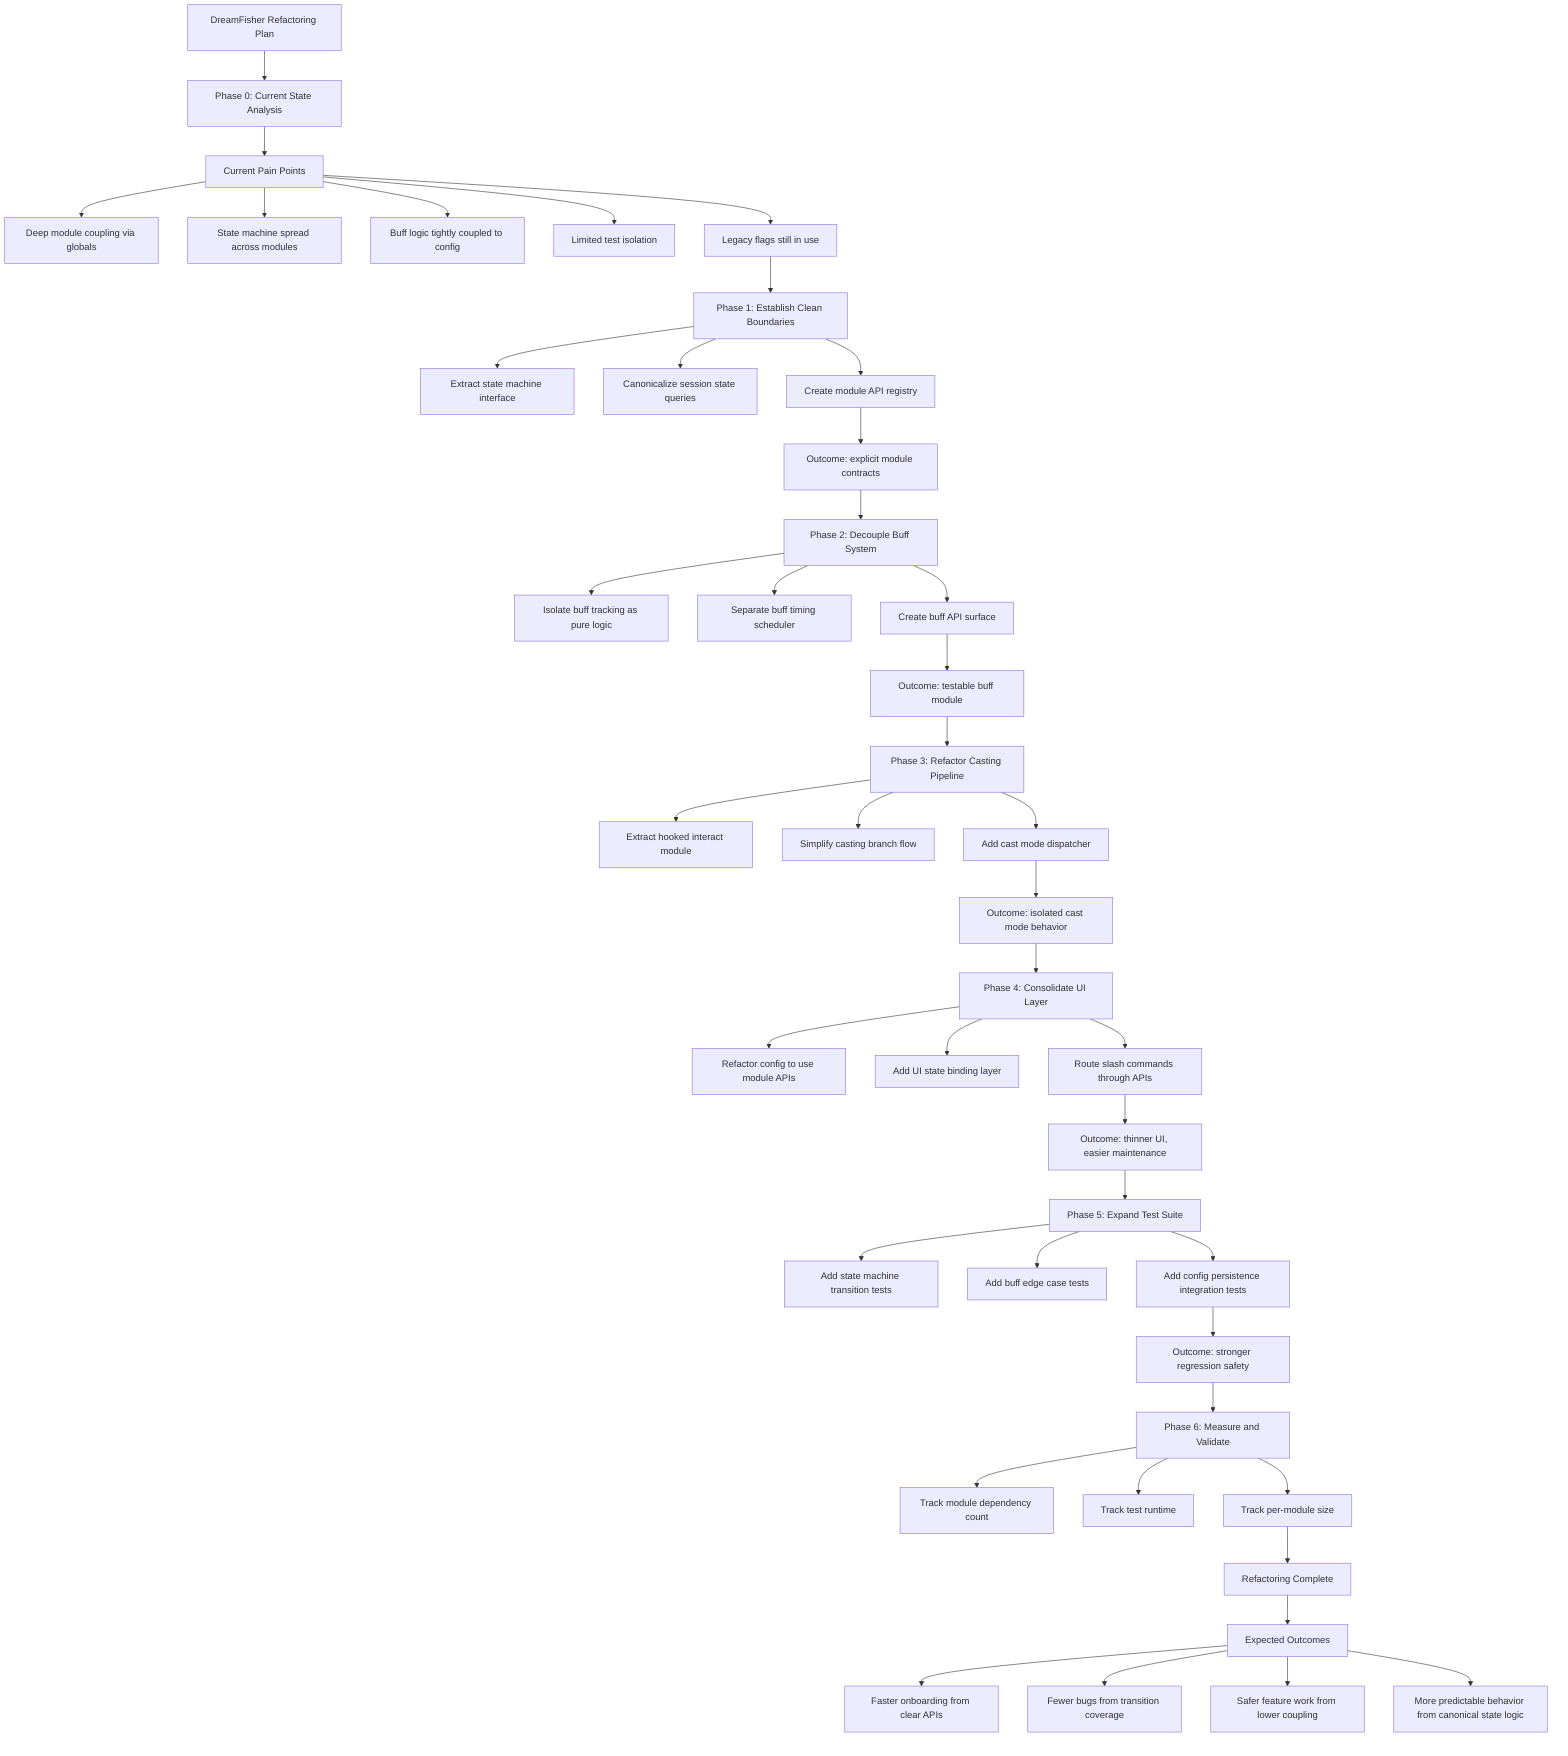
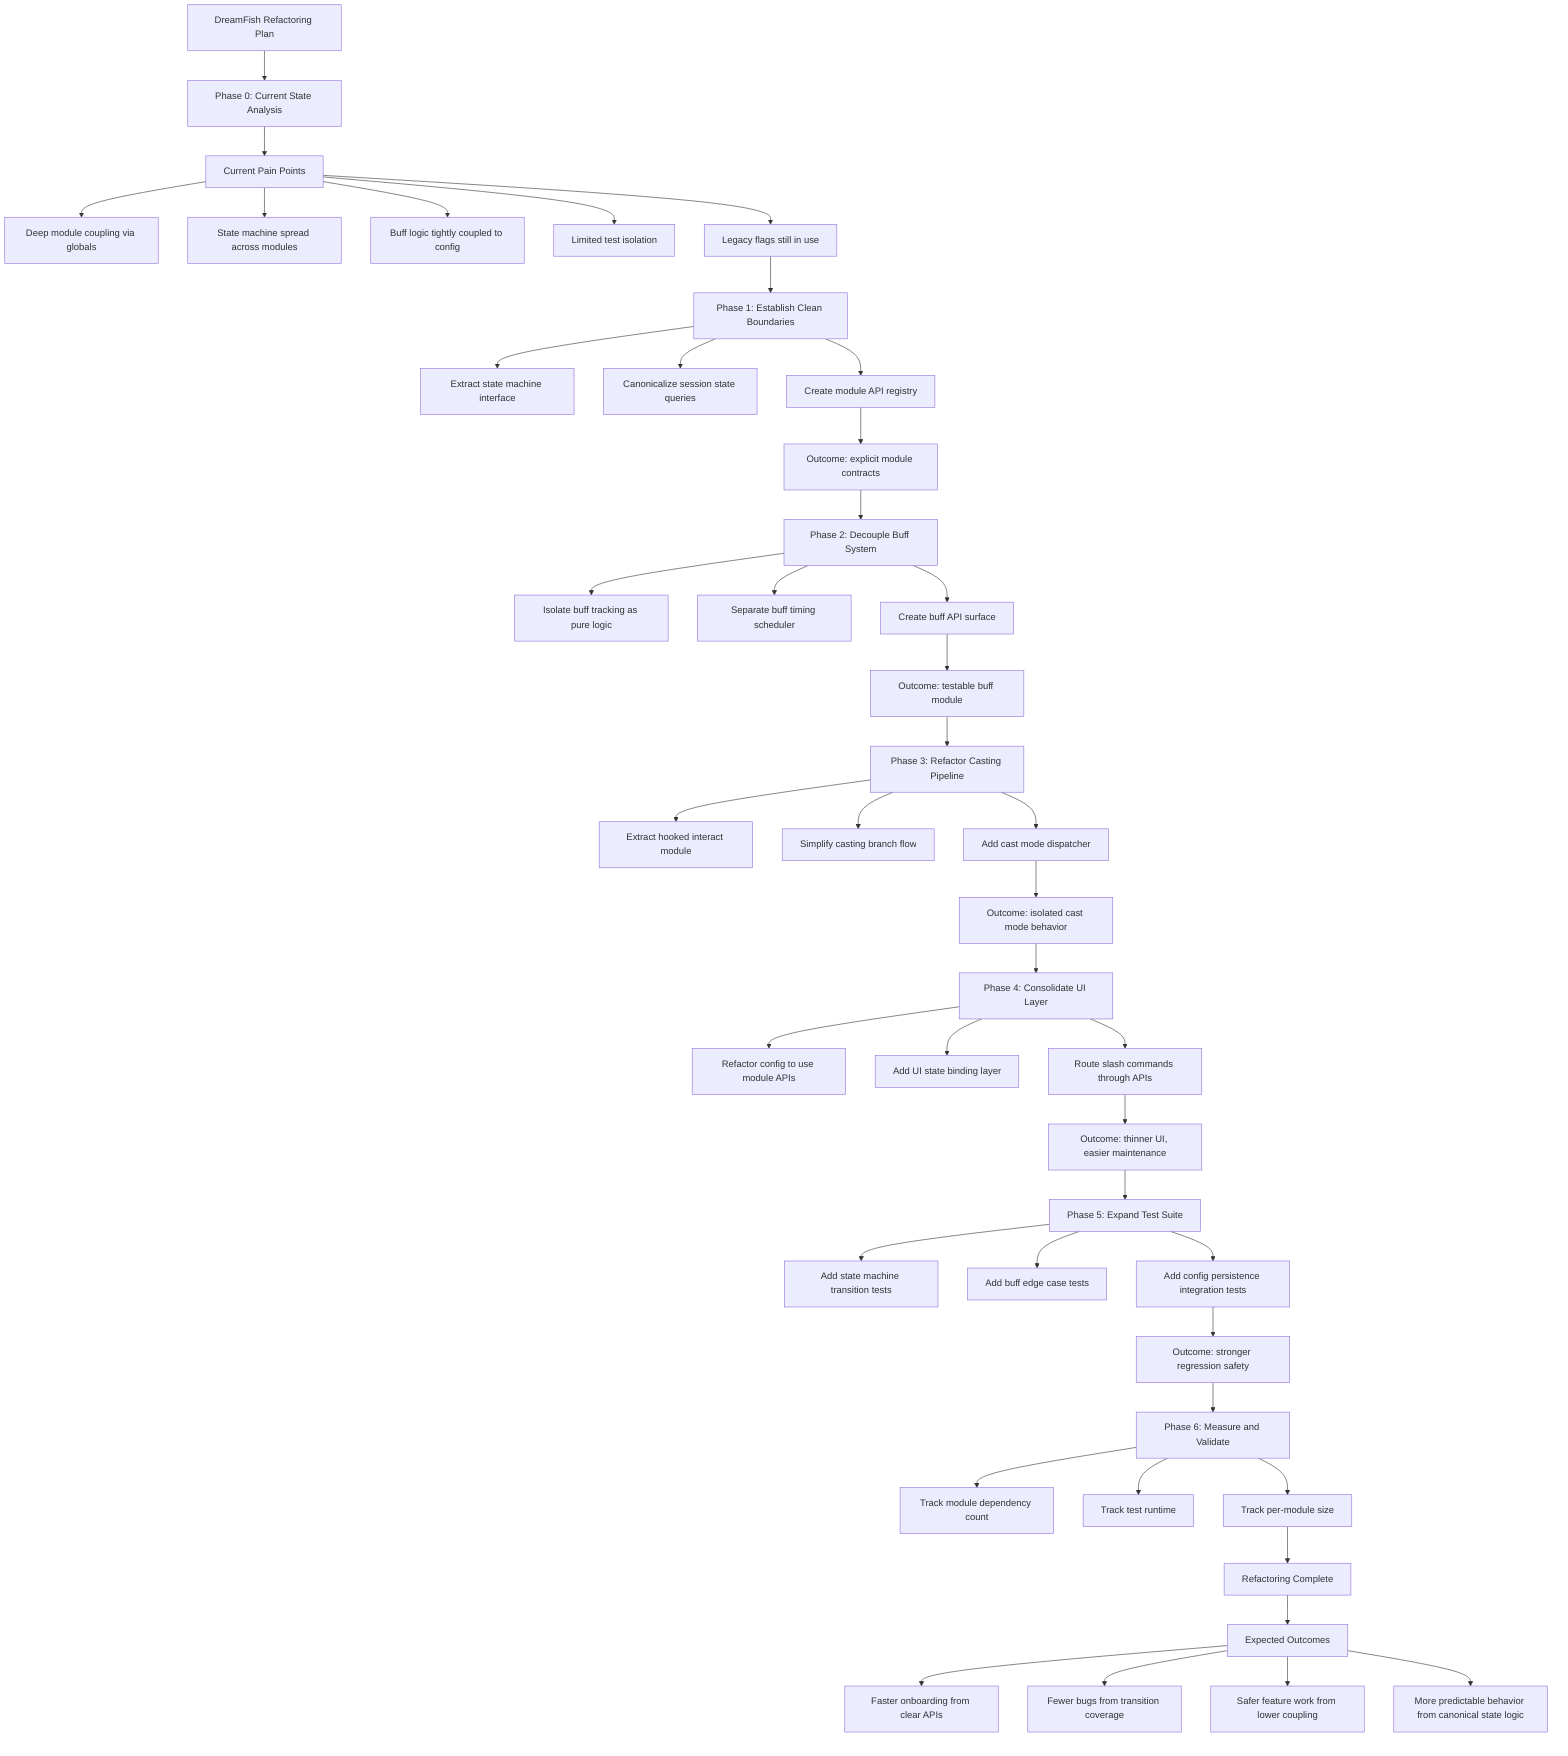
flowchart TD
-     Start[DreamFisher Refactoring Plan] --> Analysis[Phase 0: Current State Analysis]
+     Start[DreamFish Refactoring Plan] --> Analysis[Phase 0: Current State Analysis]

    Analysis --> PainPoints[Current Pain Points]
    PainPoints --> PP1[Deep module coupling via globals]
    PainPoints --> PP2[State machine spread across modules]
    PainPoints --> PP3[Buff logic tightly coupled to config]
    PainPoints --> PP4[Limited test isolation]
    PainPoints --> PP5[Legacy flags still in use]

    PP5 --> Phase1[Phase 1: Establish Clean Boundaries]
    Phase1 --> P1A[Extract state machine interface]
    Phase1 --> P1B[Canonicalize session state queries]
    Phase1 --> P1C[Create module API registry]

    P1C --> Phase1Out[Outcome: explicit module contracts]

    Phase1Out --> Phase2[Phase 2: Decouple Buff System]
    Phase2 --> P2A[Isolate buff tracking as pure logic]
    Phase2 --> P2B[Separate buff timing scheduler]
    Phase2 --> P2C[Create buff API surface]

    P2C --> Phase2Out[Outcome: testable buff module]

    Phase2Out --> Phase3[Phase 3: Refactor Casting Pipeline]
    Phase3 --> P3A[Extract hooked interact module]
    Phase3 --> P3B[Simplify casting branch flow]
    Phase3 --> P3C[Add cast mode dispatcher]

    P3C --> Phase3Out[Outcome: isolated cast mode behavior]

    Phase3Out --> Phase4[Phase 4: Consolidate UI Layer]
    Phase4 --> P4A[Refactor config to use module APIs]
    Phase4 --> P4B[Add UI state binding layer]
    Phase4 --> P4C[Route slash commands through APIs]

    P4C --> Phase4Out[Outcome: thinner UI, easier maintenance]

    Phase4Out --> Phase5[Phase 5: Expand Test Suite]
    Phase5 --> P5A[Add state machine transition tests]
    Phase5 --> P5B[Add buff edge case tests]
    Phase5 --> P5C[Add config persistence integration tests]

    P5C --> Phase5Out[Outcome: stronger regression safety]

    Phase5Out --> Phase6[Phase 6: Measure and Validate]
    Phase6 --> P6A[Track module dependency count]
    Phase6 --> P6B[Track test runtime]
    Phase6 --> P6C[Track per-module size]

    P6C --> Success[Refactoring Complete]

    Success --> Outcomes[Expected Outcomes]
    Outcomes --> Out1[Faster onboarding from clear APIs]
    Outcomes --> Out2[Fewer bugs from transition coverage]
    Outcomes --> Out3[Safer feature work from lower coupling]
    Outcomes --> Out4[More predictable behavior from canonical state logic]
